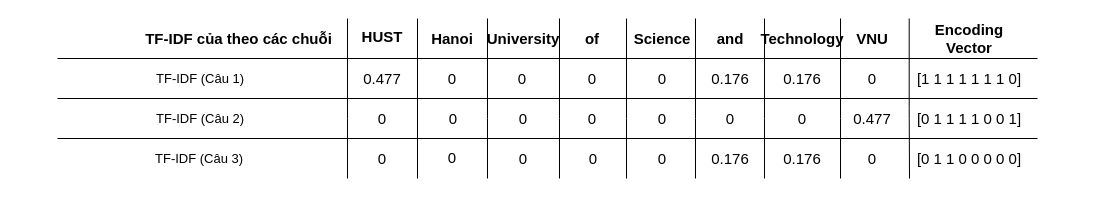
Above: drawio/tfidf.drawio in VietAnhLe2399/overleaf (draw.io), before the change. Source tidied: cells renumbered, new cells numbered last; positions are measured from the earlier drawing's top-left corner, leaving out a move shared by most shapes. Both pictures are drawn from the tidied source at 100%, with x=0, y=0 at pixel (57, 18).
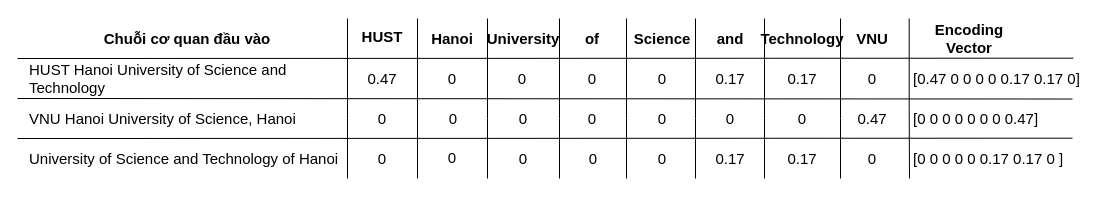
Above is the later version.

What changed in the source:
```diff
@@
-    <mxCell id="11" style="endArrow=none;html=1;" parent="1" edge="1">
+    <mxCell id="11" style="endArrow=none;html=1;entryX=0.952;entryY=-0.008;entryDx=0;entryDy=0;entryPerimeter=0;" parent="1" edge="1" target="54">
       <mxGeometry relative="1" as="geometry">
-        <mxPoint y="40" as="sourcePoint" />
-        <mxPoint x="980" y="40" as="targetPoint" />
+        <mxPoint x="-40" y="40" as="sourcePoint" />
       </mxGeometry>
     </mxCell>
@@
-    <mxCell id="13" value="&lt;p&gt;&lt;font face=&quot;Latin Modern&quot; size=&quot;1&quot;&gt;&lt;b style=&quot;font-size: 15px&quot;&gt;TF-IDF của theo các chuỗi&lt;/b&gt;&lt;/font&gt;&lt;/p&gt;" style="text;html=1;strokeColor=none;fillColor=none;align=center;verticalAlign=middle;whiteSpace=wrap;rounded=0;fontFamily=Latin Modern 2;FType=w;" parent="1" vertex="1">
-      <mxGeometry x="73" width="217" height="40" as="geometry" />
+    <mxCell id="13" value="&lt;p&gt;&lt;font face=&quot;Latin Modern&quot; size=&quot;1&quot;&gt;&lt;b style=&quot;font-size: 15px&quot;&gt;Chuỗi cơ quan đầu vào&lt;/b&gt;&lt;/font&gt;&lt;/p&gt;" style="text;html=1;strokeColor=none;fillColor=none;align=center;verticalAlign=middle;whiteSpace=wrap;rounded=0;fontFamily=Latin Modern 2;FType=w;" parent="1" vertex="1">
+      <mxGeometry x="-30" width="320" height="40" as="geometry" />
     </mxCell>
-    <mxCell id="14" value="&lt;p&gt;&lt;span style=&quot;font-family: &amp;#34;latin modern&amp;#34; ; font-size: 13px&quot;&gt;TF-IDF (Câu 1)&lt;/span&gt;&lt;br&gt;&lt;/p&gt;" style="text;html=1;strokeColor=none;fillColor=none;align=left;verticalAlign=middle;whiteSpace=wrap;rounded=0;fontFamily=Latin Modern 2;FType=w;" parent="1" vertex="1">
-      <mxGeometry x="97" y="40" width="193" height="40" as="geometry" />
+    <mxCell id="14" value="&lt;p&gt;&lt;span style=&quot;font-family: &amp;#34;latin modern&amp;#34; ; font-size: 15px&quot;&gt;HUST Hanoi University of Science and Technology&lt;/span&gt;&lt;br&gt;&lt;/p&gt;" style="text;html=1;strokeColor=none;fillColor=none;align=left;verticalAlign=middle;whiteSpace=wrap;rounded=0;fontFamily=Latin Modern 2;FType=w;" parent="1" vertex="1">
+      <mxGeometry x="-30" y="40" width="320" height="40" as="geometry" />
     </mxCell>
-    <mxCell id="15" value="&lt;p&gt;&lt;span style=&quot;font-family: &amp;#34;latin modern&amp;#34; ; font-size: 13px&quot;&gt;TF-IDF (Câu 2)&lt;/span&gt;&lt;br&gt;&lt;/p&gt;" style="text;html=1;strokeColor=none;fillColor=none;align=left;verticalAlign=middle;whiteSpace=wrap;rounded=0;fontFamily=Latin Modern 2;FType=w;" parent="1" vertex="1">
-      <mxGeometry x="97" y="80" width="193" height="40" as="geometry" />
+    <mxCell id="15" value="&lt;p&gt;&lt;span style=&quot;font-family: &amp;#34;latin modern&amp;#34; ; font-size: 15px&quot;&gt;VNU Hanoi University of Science, Hanoi&lt;/span&gt;&lt;br&gt;&lt;/p&gt;" style="text;html=1;strokeColor=none;fillColor=none;align=left;verticalAlign=middle;whiteSpace=wrap;rounded=0;fontFamily=Latin Modern 2;FType=w;" parent="1" vertex="1">
+      <mxGeometry x="-30" y="80" width="320" height="40" as="geometry" />
     </mxCell>
-    <mxCell id="16" value="&lt;p&gt;&lt;span style=&quot;font-family: &amp;#34;latin modern&amp;#34; ; font-size: 13px&quot;&gt;TF-IDF (Câu 3)&lt;/span&gt;&lt;br&gt;&lt;/p&gt;" style="text;html=1;strokeColor=none;fillColor=none;align=left;verticalAlign=middle;whiteSpace=wrap;rounded=0;fontFamily=Latin Modern 2;FType=w;" parent="1" vertex="1">
-      <mxGeometry x="96" y="120" width="194" height="40" as="geometry" />
+    <mxCell id="16" value="&lt;p&gt;&lt;span style=&quot;font-family: &amp;#34;latin modern&amp;#34; ; font-size: 15px&quot;&gt;University of Science and Technology of Hanoi&lt;/span&gt;&lt;br&gt;&lt;/p&gt;" style="text;html=1;strokeColor=none;fillColor=none;align=left;verticalAlign=middle;whiteSpace=wrap;rounded=0;fontFamily=Latin Modern 2;FType=w;" parent="1" vertex="1">
+      <mxGeometry x="-30" y="120" width="320" height="40" as="geometry" />
     </mxCell>
-    <mxCell id="17" value="&lt;p&gt;&lt;font face=&quot;Latin Modern&quot;&gt;&lt;span style=&quot;font-size: 15px&quot;&gt;0.477&lt;/span&gt;&lt;/font&gt;&lt;/p&gt;" style="text;html=1;strokeColor=none;fillColor=none;align=center;verticalAlign=middle;whiteSpace=wrap;rounded=0;fontFamily=Latin Modern 2;FType=w;" parent="1" vertex="1">
+    <mxCell id="17" value="&lt;p&gt;&lt;font face=&quot;Latin Modern&quot;&gt;&lt;span style=&quot;font-size: 15px&quot;&gt;0.47&lt;/span&gt;&lt;/font&gt;&lt;/p&gt;" style="text;html=1;strokeColor=none;fillColor=none;align=center;verticalAlign=middle;whiteSpace=wrap;rounded=0;fontFamily=Latin Modern 2;FType=w;" parent="1" vertex="1">
       <mxGeometry x="290" y="40" width="70" height="40" as="geometry" />
     </mxCell>
@@
-    <mxCell id="22" value="&lt;p&gt;&lt;font style=&quot;line-height: 120% ; font-size: 15px&quot; face=&quot;Latin Modern&quot;&gt;0.176&lt;/font&gt;&lt;/p&gt;" style="text;html=1;strokeColor=none;fillColor=none;align=center;verticalAlign=middle;whiteSpace=wrap;rounded=0;fontFamily=Latin Modern 2;FType=w;" parent="1" vertex="1">
+    <mxCell id="22" value="&lt;p&gt;&lt;font style=&quot;line-height: 120% ; font-size: 15px&quot; face=&quot;Latin Modern&quot;&gt;0.17&lt;/font&gt;&lt;/p&gt;" style="text;html=1;strokeColor=none;fillColor=none;align=center;verticalAlign=middle;whiteSpace=wrap;rounded=0;fontFamily=Latin Modern 2;FType=w;" parent="1" vertex="1">
       <mxGeometry x="710" y="40" width="70" height="40" as="geometry" />
     </mxCell>
@@
-    <mxCell id="24" value="&lt;p&gt;&lt;font style=&quot;line-height: 120% ; font-size: 15px&quot; face=&quot;Latin Modern&quot;&gt;0.477&lt;/font&gt;&lt;/p&gt;" style="text;html=1;strokeColor=none;fillColor=none;align=center;verticalAlign=middle;whiteSpace=wrap;rounded=0;fontFamily=Latin Modern 2;FType=w;" parent="1" vertex="1">
+    <mxCell id="24" value="&lt;p&gt;&lt;font style=&quot;line-height: 120% ; font-size: 15px&quot; face=&quot;Latin Modern&quot;&gt;0.47&lt;/font&gt;&lt;/p&gt;" style="text;html=1;strokeColor=none;fillColor=none;align=center;verticalAlign=middle;whiteSpace=wrap;rounded=0;fontFamily=Latin Modern 2;FType=w;" parent="1" vertex="1">
       <mxGeometry x="780" y="80" width="70" height="40" as="geometry" />
     </mxCell>
-    <mxCell id="25" value="&lt;p&gt;&lt;span style=&quot;font-family: &amp;#34;latin modern&amp;#34; ; font-size: 15px&quot;&gt;[0 1 1 0 0 0 0 0]&lt;/span&gt;&lt;br&gt;&lt;/p&gt;" style="text;html=1;strokeColor=none;fillColor=none;align=center;verticalAlign=middle;whiteSpace=wrap;rounded=0;fontFamily=Latin Modern 2;FType=w;" parent="1" vertex="1">
-      <mxGeometry x="852" y="120" width="120" height="39" as="geometry" />
-    </mxCell>
-    <mxCell id="26" value="&lt;p&gt;&lt;span style=&quot;font-family: &amp;#34;latin modern&amp;#34; ; font-size: 15px&quot;&gt;[0 1 1 1 1 0 0 1]&lt;/span&gt;&lt;br&gt;&lt;/p&gt;" style="text;html=1;strokeColor=none;fillColor=none;align=center;verticalAlign=middle;whiteSpace=wrap;rounded=0;fontFamily=Latin Modern 2;FType=w;" parent="1" vertex="1">
-      <mxGeometry x="852" y="80" width="120" height="39" as="geometry" />
-    </mxCell>
-    <mxCell id="27" value="&lt;p&gt;&lt;span style=&quot;font-family: &amp;#34;latin modern&amp;#34;&quot;&gt;&lt;font style=&quot;font-size: 15px&quot;&gt;[1 1 1 1 1 1 1 0]&lt;/font&gt;&lt;/span&gt;&lt;br&gt;&lt;/p&gt;" style="text;html=1;strokeColor=none;fillColor=none;align=center;verticalAlign=middle;whiteSpace=wrap;rounded=0;fontFamily=Latin Modern 2;FType=w;" parent="1" vertex="1">
-      <mxGeometry x="852" y="40" width="120" height="39" as="geometry" />
-    </mxCell>
@@
-    <mxCell id="36" style="endArrow=none;html=1;" parent="1" edge="1">
-      <mxGeometry relative="1" as="geometry">
-        <mxPoint y="80" as="sourcePoint" />
-        <mxPoint x="980" y="80" as="targetPoint" />
-      </mxGeometry>
-    </mxCell>
-    <mxCell id="37" style="endArrow=none;html=1;" parent="1" edge="1">
+    <mxCell id="37" style="endArrow=none;html=1;entryX=0.947;entryY=-0.008;entryDx=0;entryDy=0;entryPerimeter=0;" parent="1" edge="1" target="57">
       <mxGeometry relative="1" as="geometry">
-        <mxPoint y="120" as="sourcePoint" />
-        <mxPoint x="980" y="120" as="targetPoint" />
+        <mxPoint x="-40" y="120" as="sourcePoint" />
       </mxGeometry>
     </mxCell>
-    <mxCell id="38" value="&lt;p&gt;&lt;font style=&quot;line-height: 120% ; font-size: 15px&quot; face=&quot;Latin Modern&quot;&gt;0.176&lt;/font&gt;&lt;/p&gt;" style="text;html=1;strokeColor=none;fillColor=none;align=center;verticalAlign=middle;whiteSpace=wrap;rounded=0;fontFamily=Latin Modern 2;FType=w;" parent="1" vertex="1">
+    <mxCell id="38" value="&lt;p&gt;&lt;font style=&quot;line-height: 120% ; font-size: 15px&quot; face=&quot;Latin Modern&quot;&gt;0.17&lt;/font&gt;&lt;/p&gt;" style="text;html=1;strokeColor=none;fillColor=none;align=center;verticalAlign=middle;whiteSpace=wrap;rounded=0;fontFamily=Latin Modern 2;FType=w;" parent="1" vertex="1">
       <mxGeometry x="638" y="40" width="70" height="40" as="geometry" />
     </mxCell>
@@
-    <mxCell id="48" value="&lt;p&gt;&lt;font style=&quot;line-height: 120% ; font-size: 15px&quot; face=&quot;Latin Modern&quot;&gt;0.176&lt;/font&gt;&lt;/p&gt;" style="text;html=1;strokeColor=none;fillColor=none;align=center;verticalAlign=middle;whiteSpace=wrap;rounded=0;fontFamily=Latin Modern 2;FType=w;" parent="1" vertex="1">
+    <mxCell id="48" value="&lt;p&gt;&lt;font style=&quot;line-height: 120% ; font-size: 15px&quot; face=&quot;Latin Modern&quot;&gt;0.17&lt;/font&gt;&lt;/p&gt;" style="text;html=1;strokeColor=none;fillColor=none;align=center;verticalAlign=middle;whiteSpace=wrap;rounded=0;fontFamily=Latin Modern 2;FType=w;" parent="1" vertex="1">
       <mxGeometry x="638" y="120" width="70" height="40" as="geometry" />
     </mxCell>
@@
-    <mxCell id="51" value="&lt;p&gt;&lt;font style=&quot;line-height: 120% ; font-size: 15px&quot; face=&quot;Latin Modern&quot;&gt;0.176&lt;/font&gt;&lt;/p&gt;" style="text;html=1;strokeColor=none;fillColor=none;align=center;verticalAlign=middle;whiteSpace=wrap;rounded=0;fontFamily=Latin Modern 2;FType=w;" parent="1" vertex="1">
+    <mxCell id="51" value="&lt;p&gt;&lt;font style=&quot;line-height: 120% ; font-size: 15px&quot; face=&quot;Latin Modern&quot;&gt;0.17&lt;/font&gt;&lt;/p&gt;" style="text;html=1;strokeColor=none;fillColor=none;align=center;verticalAlign=middle;whiteSpace=wrap;rounded=0;fontFamily=Latin Modern 2;FType=w;" parent="1" vertex="1">
       <mxGeometry x="710" y="120" width="70" height="40" as="geometry" />
     </mxCell>
@@
+    <mxCell id="54" value="&lt;span style=&quot;font-family: &amp;#34;latin modern&amp;#34; ; font-size: 15px&quot;&gt;[0.47 0 0 0 0 0.17 0.17 0]&lt;/span&gt;" style="text;html=1;strokeColor=none;fillColor=none;align=left;verticalAlign=middle;whiteSpace=wrap;rounded=0;" parent="1" vertex="1">
+      <mxGeometry x="854" y="40" width="170" height="40" as="geometry" />
+    </mxCell>
+    <mxCell id="55" style="endArrow=none;html=1;entryX=0.947;entryY=0.013;entryDx=0;entryDy=0;entryPerimeter=0;" parent="1" edge="1" target="56">
+      <mxGeometry relative="1" as="geometry">
+        <mxPoint x="-40" y="80" as="sourcePoint" />
+      </mxGeometry>
+    </mxCell>
+    <mxCell id="56" value="&lt;span style=&quot;font-family: &amp;#34;latin modern&amp;#34; ; font-size: 15px&quot;&gt;[0 0 0 0 0 0 0 0.47]&lt;/span&gt;" style="text;html=1;strokeColor=none;fillColor=none;align=left;verticalAlign=middle;whiteSpace=wrap;rounded=0;" parent="1" vertex="1">
+      <mxGeometry x="854" y="80" width="170" height="40" as="geometry" />
+    </mxCell>
+    <mxCell id="57" value="&lt;span style=&quot;font-family: &amp;#34;latin modern&amp;#34; ; font-size: 15px ; text-align: center&quot;&gt;[0 0 0 0 0 0.17 0.17 0 ]&lt;/span&gt;" style="text;html=1;strokeColor=none;fillColor=none;align=left;verticalAlign=middle;whiteSpace=wrap;rounded=0;" parent="1" vertex="1">
+      <mxGeometry x="854" y="120" width="170" height="40" as="geometry" />
+    </mxCell>
```
